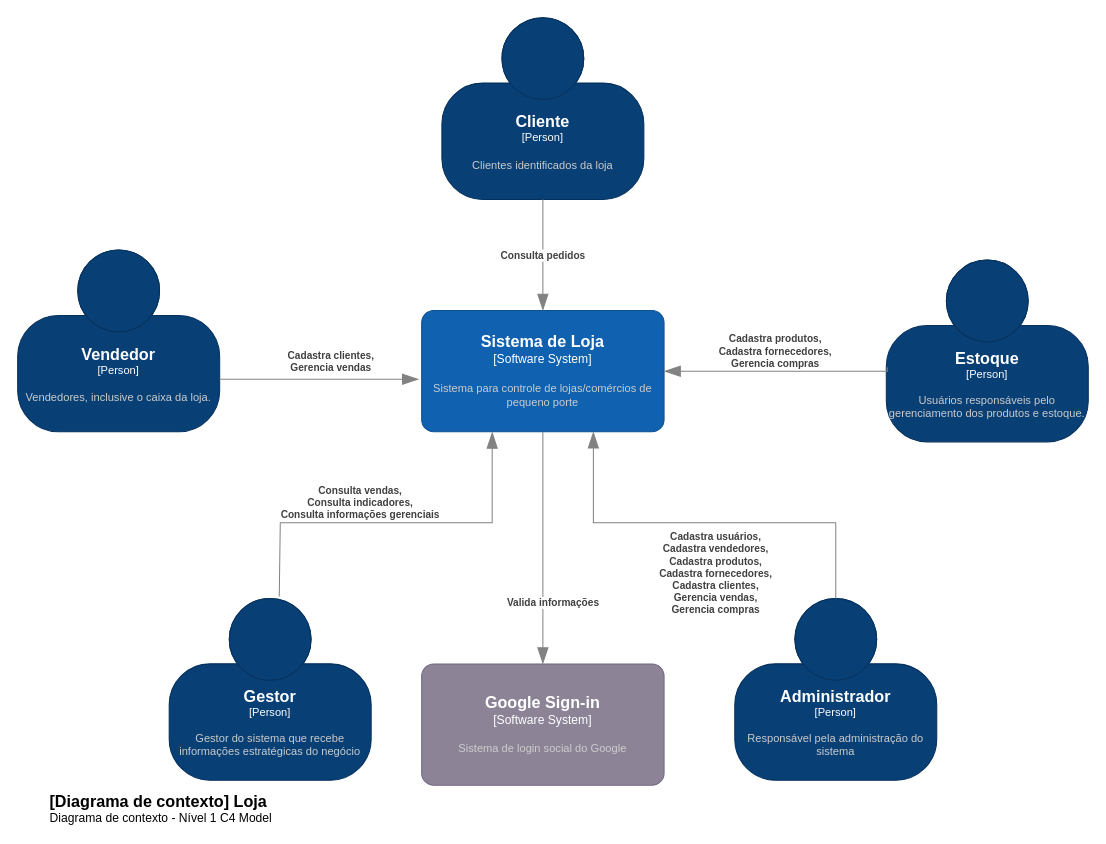
The draw.io diagram page "Nível 1 - Contexto" (1 of 4) of projeto/documentacao/C4Model.drawio in adjamirgalvao/pucminas, before the edit. Source tidied: cells renumbered, new cells numbered last; positions are measured from the earlier drawing's top-left corner, leaving out a move shared by most shapes. Both pictures are drawn from the tidied source at 101%, with x=0, y=0 at pixel (17, 17).
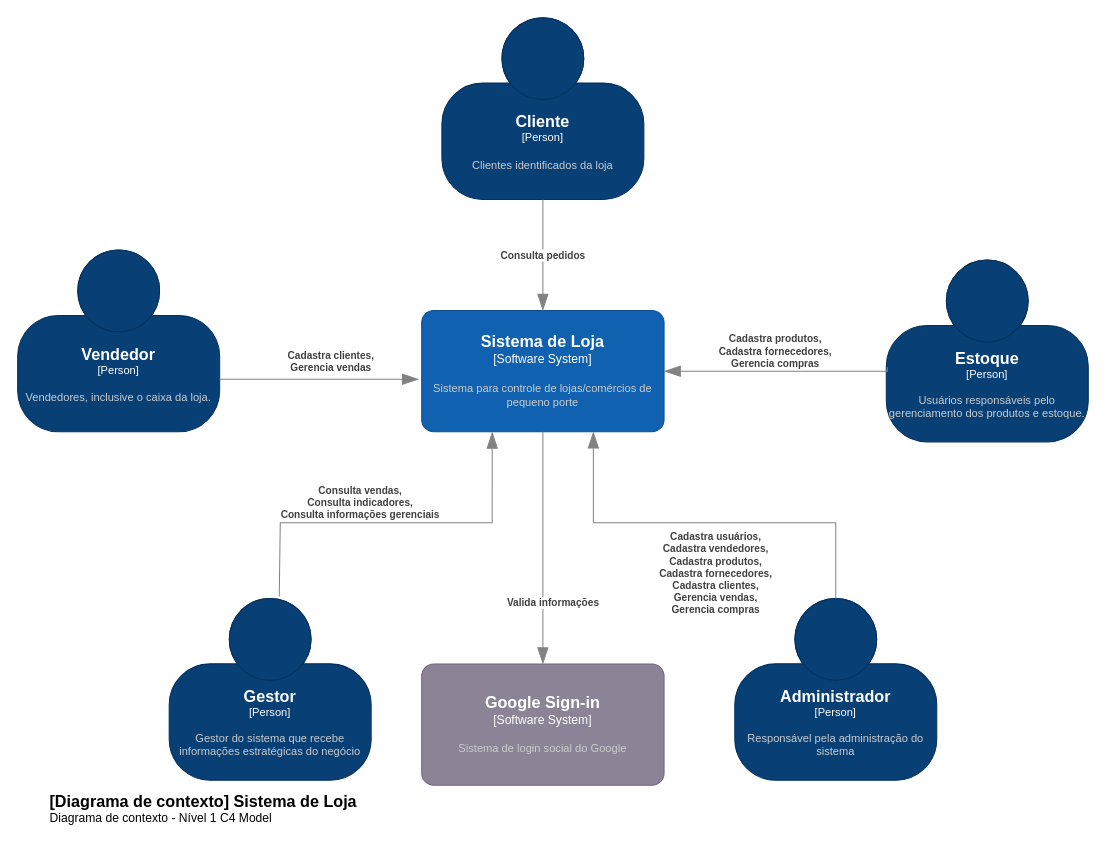
The same page after the edit.

What changed in the source:
```diff
@@
-    <object id="10" label="&lt;font style=&quot;font-size: 16px&quot;&gt;&lt;b&gt;&lt;div style=&quot;text-align: left&quot;&gt;%c4Name%&lt;/div&gt;&lt;/b&gt;&lt;/font&gt;&lt;div style=&quot;text-align: left&quot;&gt;%c4Description%&lt;/div&gt;" c4Description="Diagrama de contexto - Nível 1 C4 Model" c4Name="[Diagrama de contexto] Loja" placeholders="1">
+    <object id="10" label="&lt;font style=&quot;font-size: 16px&quot;&gt;&lt;b&gt;&lt;div style=&quot;text-align: left&quot;&gt;%c4Name%&lt;/div&gt;&lt;/b&gt;&lt;/font&gt;&lt;div style=&quot;text-align: left&quot;&gt;%c4Description%&lt;/div&gt;" c4Description="Diagrama de contexto - Nível 1 C4 Model" c4Name="[Diagrama de contexto] Sistema de Loja" placeholders="1">
       <mxCell style="text;html=1;strokeColor=none;fillColor=none;align=left;verticalAlign=top;whiteSpace=wrap;rounded=0;" parent="1" vertex="1">
         <mxGeometry x="30" y="760" width="310" height="40" as="geometry" />
       </mxCell>
     </object>
```
